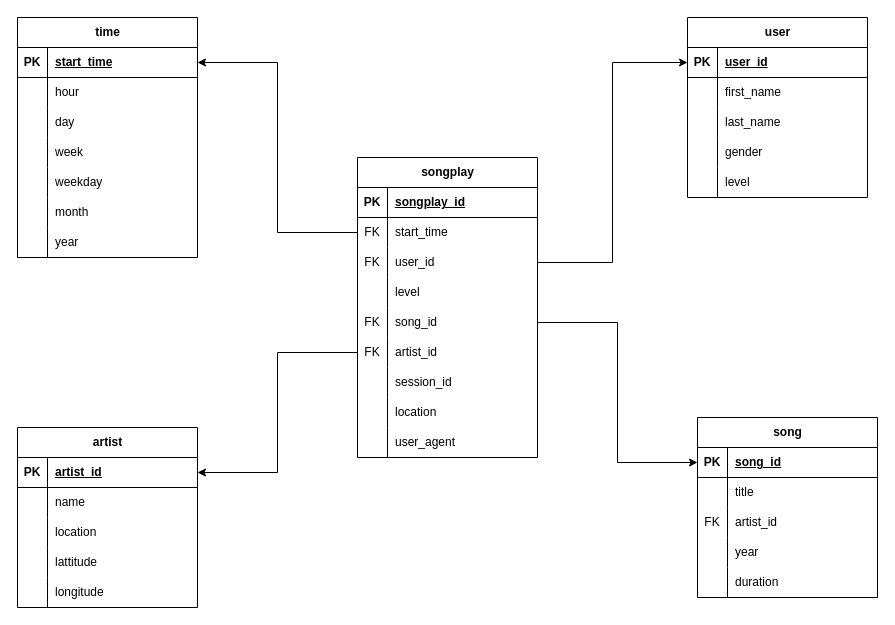
This is page "Final Schema" (1 of 2) of database_schemas.drawio from congdinh2008/aws-dw-udacity-pj2-sparkify, a draw.io file, before an edit. Source tidied: cells renumbered, new cells numbered last; positions are measured from the earlier drawing's top-left corner, leaving out a move shared by most shapes. Both pictures are drawn from the tidied source at 100%, with x=0, y=0 at pixel (17, 17).
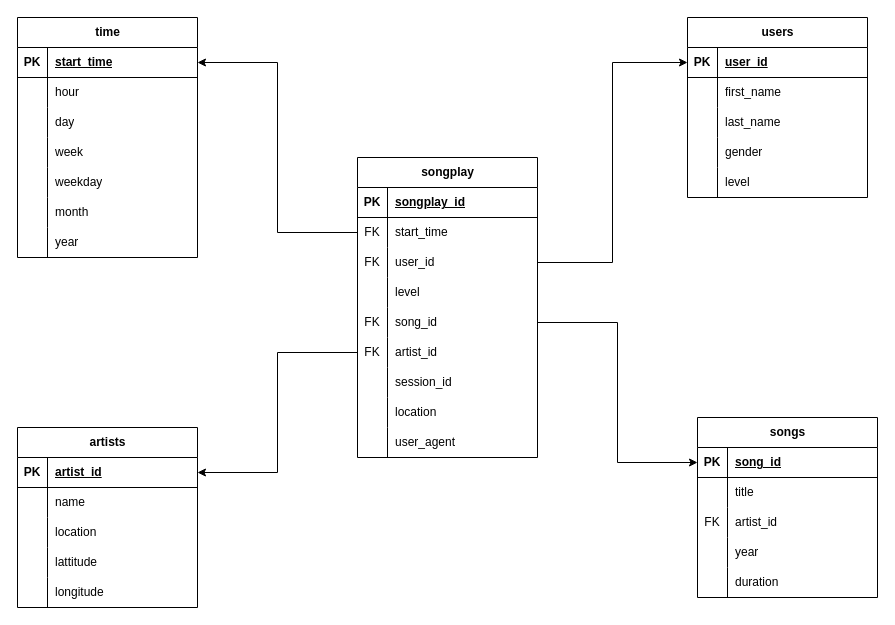
The same diagram, later.

What changed in the source:
```diff
@@
-    <mxCell id="30" value="user" style="shape=table;startSize=30;childLayout=tableLayout;rowLines=0;fontStyle=1;align=center;html=1;" parent="1" vertex="1">
+    <mxCell id="30" value="users" style="shape=table;startSize=30;childLayout=tableLayout;rowLines=0;fontStyle=1;align=center;html=1;" parent="1" vertex="1">
       <mxGeometry x="670" width="180" height="180" as="geometry" />
     </mxCell>
@@
-    <mxCell id="46" value="song" style="shape=table;startSize=30;childLayout=tableLayout;rowLines=0;fontStyle=1;align=center;html=1;" parent="1" vertex="1">
+    <mxCell id="46" value="songs" style="shape=table;startSize=30;childLayout=tableLayout;rowLines=0;fontStyle=1;align=center;html=1;" parent="1" vertex="1">
       <mxGeometry x="680" y="400" width="180" height="180" as="geometry" />
     </mxCell>
@@
-    <mxCell id="62" value="artist" style="shape=table;startSize=30;childLayout=tableLayout;rowLines=0;fontStyle=1;align=center;html=1;" parent="1" vertex="1">
+    <mxCell id="62" value="artists" style="shape=table;startSize=30;childLayout=tableLayout;rowLines=0;fontStyle=1;align=center;html=1;" parent="1" vertex="1">
       <mxGeometry y="410" width="180" height="180" as="geometry" />
     </mxCell>
```
